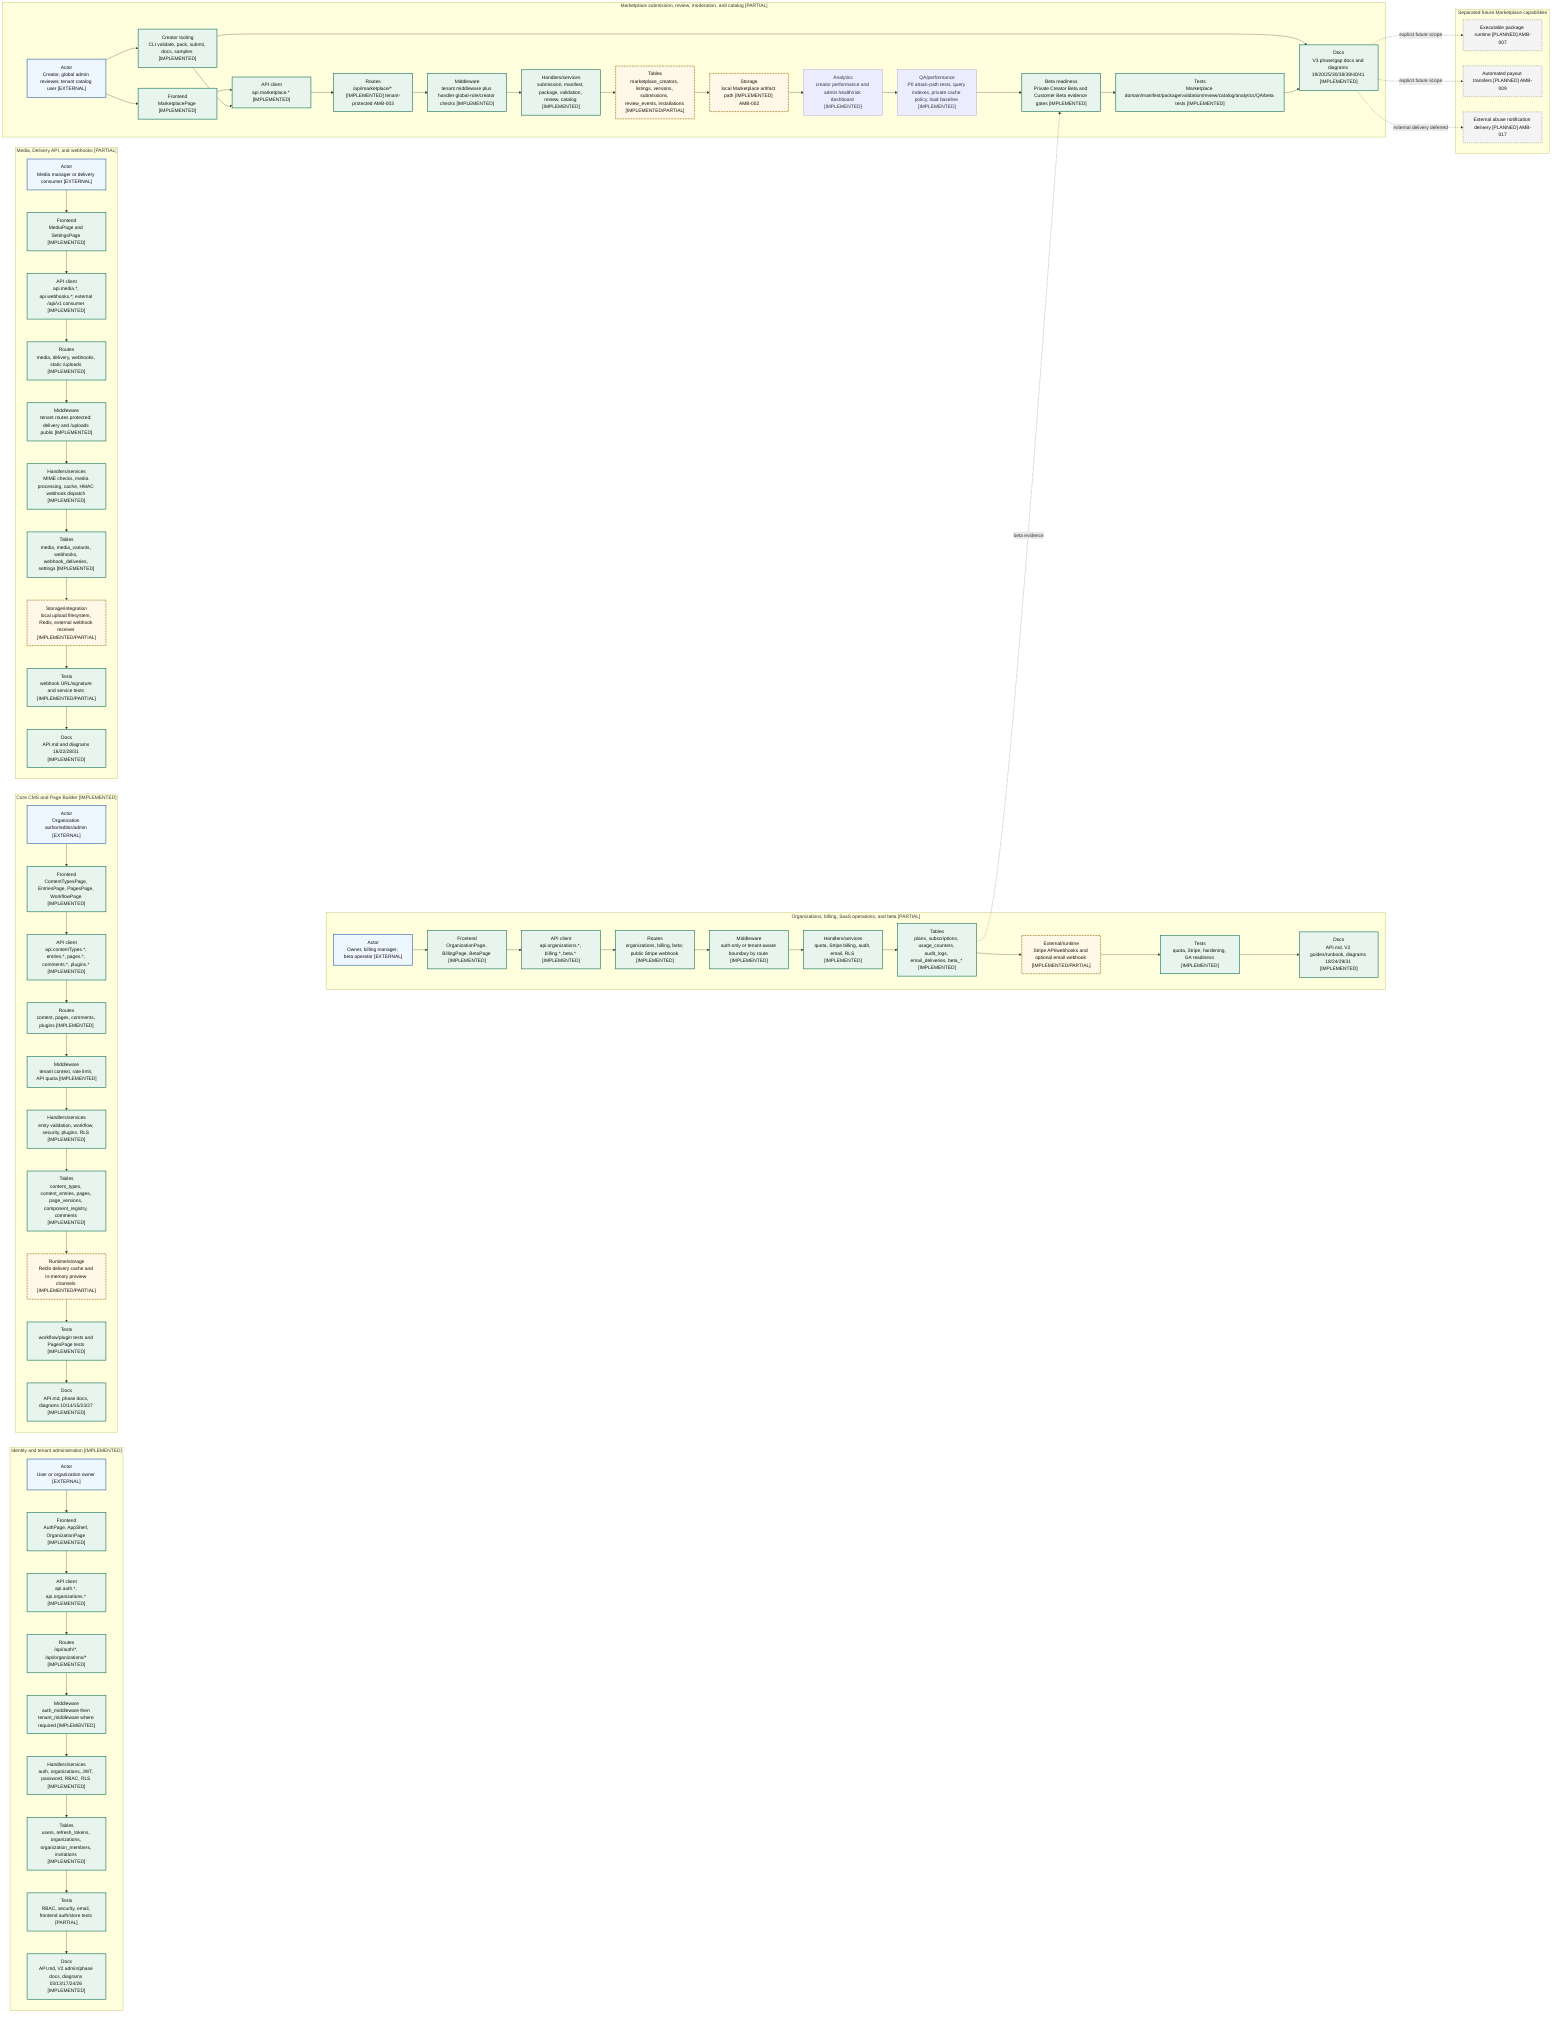
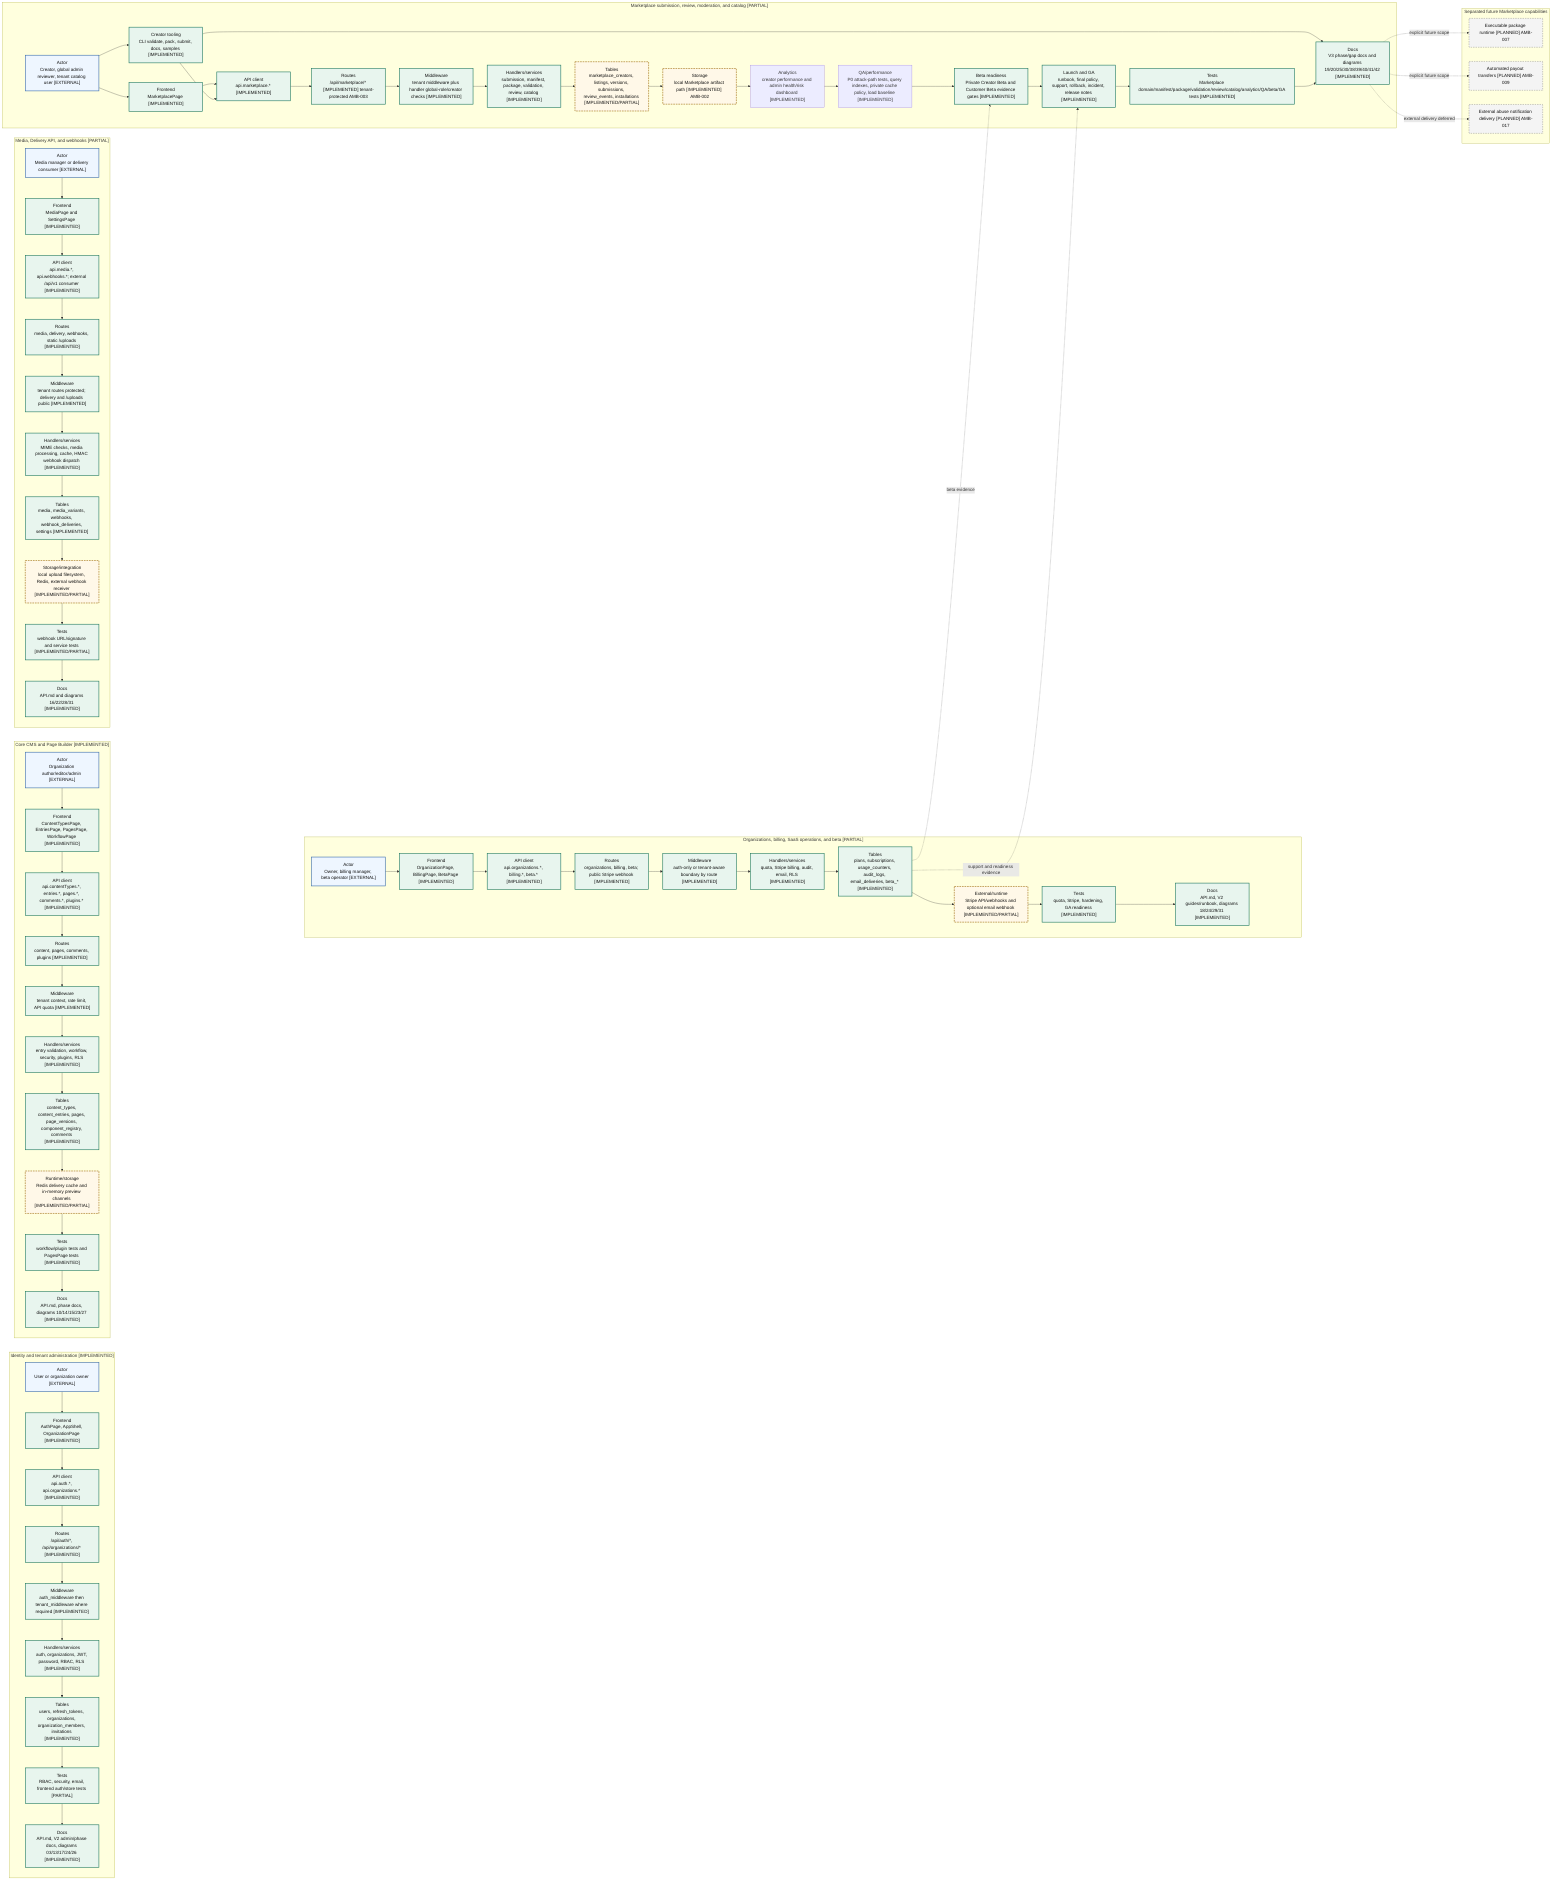
flowchart LR
%% Evidence: backend/src/routes/mod.rs
%% Evidence: backend/src/middleware/auth.rs
%% Evidence: backend/src/middleware/tenant.rs
%% Evidence: backend/src/routes/auth.rs
%% Evidence: backend/src/routes/content.rs
%% Evidence: backend/src/routes/pages.rs
%% Evidence: backend/src/routes/media.rs
%% Evidence: backend/src/routes/delivery.rs
%% Evidence: backend/src/routes/webhooks.rs
%% Evidence: backend/src/routes/organizations.rs
%% Evidence: backend/src/routes/billing.rs
%% Evidence: backend/src/routes/beta.rs
%% Evidence: backend/src/routes/marketplace.rs
%% Evidence: backend/src/services/rls.rs
%% Evidence: backend/src/services/quota.rs
%% Evidence: backend/src/services/stripe_billing.rs
%% Evidence: backend/src/services/marketplace_validation.rs
%% Evidence: scripts/marketplace-cli.mjs
%% Evidence: docs/MARKETPLACE_CREATOR_GUIDE.md
%% Evidence: frontend/src/router.tsx
%% Evidence: frontend/src/services/api.ts
%% Evidence: frontend/src/stores/useAppStore.ts
%% Evidence: frontend/src/pages/PagesPage.tsx
%% Evidence: frontend/src/pages/MarketplacePage.tsx
%% Evidence: backend/migrations/0001_initial_schema.sql
%% Evidence: backend/migrations/0008_v2_phase_one_organizations.sql
%% Evidence: backend/migrations/0009_v2_phase_three_rls.sql
%% Evidence: backend/migrations/0010_v2_phase_five_billing_quota.sql
%% Evidence: backend/migrations/0015_v3_phase_one_marketplace_foundation.sql
%% Evidence: backend/migrations/0018_v3_phase_four_review_moderation.sql
%% Evidence: backend/migrations/0026_v3_phase_thirteen_marketplace_qa_performance.sql
%% Evidence: backend/src/services/marketplace_phase_thirteen.rs
%% Evidence: backend/src/services/marketplace_performance.rs
%% Evidence: backend/src/services/marketplace_phase_fourteen.rs
+ %% Evidence: backend/src/services/marketplace_phase_fifteen.rs
%% Evidence: scripts/marketplace-phase13-load-smoke.ps1
%% Evidence: scripts/marketplace-phase14-beta-readiness.ps1
+ %% Evidence: scripts/marketplace-phase15-ga-check.ps1
%% Evidence: docs/API.md
%% Evidence: docs/V3_PHASE_FOURTEEN.md
%% Evidence: docs/diagrams/41-marketplace-beta.mmd
+ %% Evidence: docs/V3_PHASE_FIFTEEN.md
+ %% Evidence: docs/V3_MARKETPLACE_OPERATIONS_RUNBOOK.md
+ %% Evidence: docs/V3_MARKETPLACE_RELEASE_NOTES.md
+ %% Evidence: docs/diagrams/42-marketplace-launch-ga.mmd

subgraph identity["Identity and tenant administration [IMPLEMENTED]"]
  id_actor["Actor<br/>User or organization owner [EXTERNAL]"]
  id_page["Frontend<br/>AuthPage, AppShell, OrganizationPage [IMPLEMENTED]"]
  id_api["API client<br/>api.auth.*, api.organizations.* [IMPLEMENTED]"]
  id_route["Routes<br/>/api/auth/*, /api/organizations/* [IMPLEMENTED]"]
  id_mw["Middleware<br/>auth_middleware then tenant_middleware where required [IMPLEMENTED]"]
  id_handler["Handlers/services<br/>auth, organizations, JWT, password, RBAC, RLS [IMPLEMENTED]"]
  id_data["Tables<br/>users, refresh_tokens, organizations, organization_members, invitations [IMPLEMENTED]"]
  id_test["Tests<br/>RBAC, security, email, frontend auth/store tests [PARTIAL]"]
  id_doc["Docs<br/>API.md, V2 admin/phase docs, diagrams 03/13/17/24/26 [IMPLEMENTED]"]
end

subgraph cms["Core CMS and Page Builder [IMPLEMENTED]"]
  cms_actor["Actor<br/>Organization author/editor/admin [EXTERNAL]"]
  cms_page["Frontend<br/>ContentTypesPage, EntriesPage, PagesPage, WorkflowPage [IMPLEMENTED]"]
  cms_api["API client<br/>api.contentTypes.*, entries.*, pages.*, comments.*, plugins.* [IMPLEMENTED]"]
  cms_route["Routes<br/>content, pages, comments, plugins [IMPLEMENTED]"]
  cms_mw["Middleware<br/>tenant context, rate limit, API quota [IMPLEMENTED]"]
  cms_handler["Handlers/services<br/>entry validation, workflow, security, plugins, RLS [IMPLEMENTED]"]
  cms_data["Tables<br/>content_types, content_entries, pages, page_versions, component_registry, comments [IMPLEMENTED]"]
  cms_cache["Runtime/storage<br/>Redis delivery cache and in-memory preview channels [IMPLEMENTED/PARTIAL]"]
  cms_test["Tests<br/>workflow/plugin tests and PagesPage tests [IMPLEMENTED]"]
  cms_doc["Docs<br/>API.md, phase docs, diagrams 10/14/15/23/27 [IMPLEMENTED]"]
end

subgraph media_delivery["Media, Delivery API, and webhooks [PARTIAL]"]
  md_actor["Actor<br/>Media manager or delivery consumer [EXTERNAL]"]
  md_page["Frontend<br/>MediaPage and SettingsPage [IMPLEMENTED]"]
  md_api["API client<br/>api.media.*, api.webhooks.*; external /api/v1 consumer [IMPLEMENTED]"]
  md_route["Routes<br/>media, delivery, webhooks, static /uploads [IMPLEMENTED]"]
  md_mw["Middleware<br/>tenant routes protected; delivery and /uploads public [IMPLEMENTED]"]
  md_handler["Handlers/services<br/>MIME checks, media processing, cache, HMAC webhook dispatch [IMPLEMENTED]"]
  md_data["Tables<br/>media, media_variants, webhooks, webhook_deliveries, settings [IMPLEMENTED]"]
  md_external["Storage/integration<br/>local upload filesystem, Redis, external webhook receiver [IMPLEMENTED/PARTIAL]"]
  md_test["Tests<br/>webhook URL/signature and service tests [IMPLEMENTED/PARTIAL]"]
  md_doc["Docs<br/>API.md and diagrams 16/22/28/31 [IMPLEMENTED]"]
end

subgraph billing_ops["Organizations, billing, SaaS operations, and beta [PARTIAL]"]
  bo_actor["Actor<br/>Owner, billing manager, beta operator [EXTERNAL]"]
  bo_page["Frontend<br/>OrganizationPage, BillingPage, BetaPage [IMPLEMENTED]"]
  bo_api["API client<br/>api.organizations.*, billing.*, beta.* [IMPLEMENTED]"]
  bo_route["Routes<br/>organizations, billing, beta; public Stripe webhook [IMPLEMENTED]"]
  bo_mw["Middleware<br/>auth-only or tenant-aware boundary by route [IMPLEMENTED]"]
  bo_handler["Handlers/services<br/>quota, Stripe billing, audit, email, RLS [IMPLEMENTED]"]
  bo_data["Tables<br/>plans, subscriptions, usage_counters, audit_logs, email_deliveries, beta_* [IMPLEMENTED]"]
  bo_external["External/runtime<br/>Stripe API/webhooks and optional email webhook [IMPLEMENTED/PARTIAL]"]
  bo_test["Tests<br/>quota, Stripe, hardening, GA readiness [IMPLEMENTED]"]
  bo_doc["Docs<br/>API.md, V2 guides/runbook, diagrams 18/24/29/31 [IMPLEMENTED]"]
end

subgraph marketplace["Marketplace submission, review, moderation, and catalog [PARTIAL]"]
  mp_actor["Actor<br/>Creator, global admin reviewer, tenant catalog user [EXTERNAL]"]
  mp_page["Frontend<br/>MarketplacePage [IMPLEMENTED]"]
  mp_api["API client<br/>api.marketplace.* [IMPLEMENTED]"]
  mp_route["Routes<br/>/api/marketplace/* [IMPLEMENTED] tenant-protected AMB-003"]
  mp_mw["Middleware<br/>tenant middleware plus handler global-role/creator checks [IMPLEMENTED]"]
  mp_handler["Handlers/services<br/>submission, manifest, package, validation, review, catalog [IMPLEMENTED]"]
  mp_data["Tables<br/>marketplace_creators, listings, versions, submissions, review_events, installations [IMPLEMENTED/PARTIAL]"]
  mp_storage["Storage<br/>local Marketplace artifact path [IMPLEMENTED] AMB-002"]
  mp_analytics["Analytics<br/>creator performance and admin health/risk dashboard [IMPLEMENTED]"]
  mp_tooling["Creator tooling<br/>CLI validate, pack, submit, docs, samples [IMPLEMENTED]"]
  mp_qa["QA/performance<br/>P0 attack-path tests, query indexes, private cache policy, load baseline [IMPLEMENTED]"]
  mp_beta["Beta readiness<br/>Private Creator Beta and Customer Beta evidence gates [IMPLEMENTED]"]
-   mp_test["Tests<br/>Marketplace domain/manifest/package/validation/review/catalog/analytics/QA/beta tests [IMPLEMENTED]"]
-   mp_doc["Docs<br/>V3 phase/gap docs and diagrams 19/20/25/30/38/39/40/41 [IMPLEMENTED]"]
+   mp_ga["Launch and GA<br/>runbook, final policy, support, rollback, incident, release notes [IMPLEMENTED]"]
+   mp_test["Tests<br/>Marketplace domain/manifest/package/validation/review/catalog/analytics/QA/beta/GA tests [IMPLEMENTED]"]
+   mp_doc["Docs<br/>V3 phase/gap docs and diagrams 19/20/25/30/38/39/40/41/42 [IMPLEMENTED]"]
end

subgraph excluded["Separated future Marketplace capabilities"]
  install_future["Executable package runtime [PLANNED] AMB-007"]
  payout_future["Automated payout transfers [PLANNED] AMB-009"]
  notification_future["External abuse notification delivery [PLANNED] AMB-017"]
end

id_actor --> id_page --> id_api --> id_route --> id_mw --> id_handler --> id_data --> id_test --> id_doc
cms_actor --> cms_page --> cms_api --> cms_route --> cms_mw --> cms_handler --> cms_data --> cms_cache --> cms_test --> cms_doc
md_actor --> md_page --> md_api --> md_route --> md_mw --> md_handler --> md_data --> md_external --> md_test --> md_doc
bo_actor --> bo_page --> bo_api --> bo_route --> bo_mw --> bo_handler --> bo_data --> bo_external --> bo_test --> bo_doc
mp_actor --> mp_tooling --> mp_api
- mp_actor --> mp_page --> mp_api --> mp_route --> mp_mw --> mp_handler --> mp_data --> mp_storage --> mp_analytics --> mp_qa --> mp_beta --> mp_test --> mp_doc
+ mp_actor --> mp_page --> mp_api --> mp_route --> mp_mw --> mp_handler --> mp_data --> mp_storage --> mp_analytics --> mp_qa --> mp_beta --> mp_ga --> mp_test --> mp_doc
mp_tooling --> mp_doc
bo_data -. "beta evidence" .-> mp_beta
+ bo_data -. "support and readiness evidence" .-> mp_ga
mp_doc -. "explicit future scope" .-> install_future
mp_doc -. "explicit future scope" .-> payout_future
mp_doc -. "external delivery deferred" .-> notification_future

classDef implemented fill:#e8f5ee,stroke:#17745b,stroke-width:2px,color:#111;
classDef partial fill:#fff8e8,stroke:#9a6500,stroke-width:2px,stroke-dasharray: 6 3,color:#111;
classDef planned fill:#f4f4f4,stroke:#666,stroke-width:2px,stroke-dasharray: 2 4,color:#111;
classDef external fill:#eef6ff,stroke:#3367a8,stroke-width:2px,color:#111;

- class id_page,id_api,id_route,id_mw,id_handler,id_data,id_test,id_doc,cms_page,cms_api,cms_route,cms_mw,cms_handler,cms_data,cms_test,cms_doc,md_page,md_api,md_route,md_mw,md_handler,md_data,md_test,md_doc,bo_page,bo_api,bo_route,bo_mw,bo_handler,bo_data,bo_test,bo_doc,mp_page,mp_api,mp_route,mp_mw,mp_handler,mp_tooling,mp_beta,mp_test,mp_doc implemented;
+ class id_page,id_api,id_route,id_mw,id_handler,id_data,id_test,id_doc,cms_page,cms_api,cms_route,cms_mw,cms_handler,cms_data,cms_test,cms_doc,md_page,md_api,md_route,md_mw,md_handler,md_data,md_test,md_doc,bo_page,bo_api,bo_route,bo_mw,bo_handler,bo_data,bo_test,bo_doc,mp_page,mp_api,mp_route,mp_mw,mp_handler,mp_tooling,mp_beta,mp_ga,mp_test,mp_doc implemented;
class cms_cache,md_external,bo_external,mp_data,mp_storage partial;
class install_future,payout_future,notification_future planned;
class id_actor,cms_actor,md_actor,bo_actor,mp_actor external;
